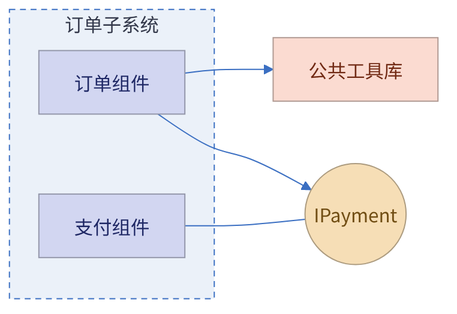
Earlier version of the Mermaid export docs/assets/component.png (huang-hee/diagram-kit). Its source is kept beside it as docs/assets/component.mmd. Its diagram source:
```mermaid
---
config:
  theme: base
  fontFamily: "PingFang SC, Microsoft YaHei, Noto Sans CJK SC, Source Han Sans SC, sans-serif"
  themeVariables:
    background: "#FFFFFF"
    primaryColor: "#FFFFFF"
    primaryBorderColor: "#3B6FC2"
    primaryTextColor: "#33384A"
    nodeTextColor: "#33384A"
    secondaryColor: "#FBDBD1"
    tertiaryColor: "#EBF1F9"
    lineColor: "#3B6FC2"
    textColor: "#33384A"
    clusterBkg: "#EBF1F9"
    clusterBorder: "#3B6FC2"
    edgeLabelBackground: "#FFFFFF"
    titleColor: "#33384A"
    noteBkgColor: "#FFF6CE"
    noteBorderColor: "#A6A086"
    noteTextColor: "#33384A"
---
flowchart LR
  subgraph SUB[订单子系统]
    C1[订单组件]:::comp
    C2[支付组件]:::comp
  end
  L[公共工具库]:::lib
  I((IPayment)):::iface
  C1 --> I
  C2 --- I
  C1 --> L
  class SUB group
classDef comp fill:#D2D6F1,stroke:#9396A9,color:#1F2865
classDef lib fill:#FBDBD1,stroke:#B09992,color:#712A14
classDef iface fill:#F6DEB6,stroke:#AC9B7F,color:#714E14
classDef group fill:#EBF1F9,stroke:#3B6FC2,color:#33384A,stroke-dasharray:5 4
```
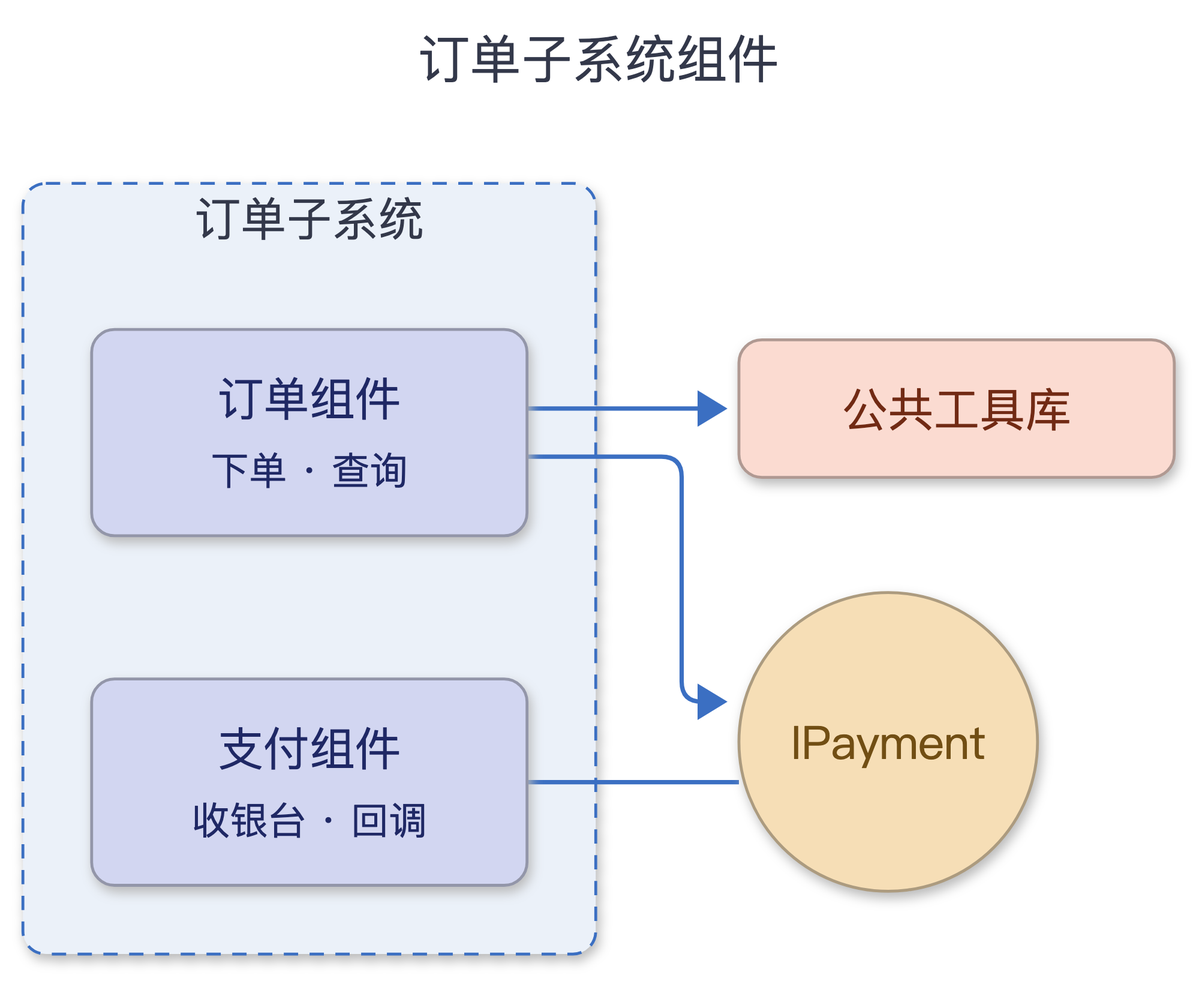
Above is the later version.

Change to the diagram source:
```diff
@@ -1,7 +1,14 @@
 ---
+title: "订单子系统组件"
 config:
   theme: base
   fontFamily: "PingFang SC, Microsoft YaHei, Noto Sans CJK SC, Source Han Sans SC, sans-serif"
+  flowchart:
+    curve: "step"
+    nodeSpacing: 50
+    rankSpacing: 60
+    padding: 12
+    wrappingWidth: 300
   themeVariables:
     background: "#FFFFFF"
     primaryColor: "#FFFFFF"
@@ -22,8 +29,8 @@
 ---
 flowchart LR
   subgraph SUB[订单子系统]
-    C1[订单组件]:::comp
-    C2[支付组件]:::comp
+    C1["订单组件<br><small>下单 · 查询</small>"]:::comp
+    C2["支付组件<br><small>收银台 · 回调</small>"]:::comp
   end
   L[公共工具库]:::lib
   I((IPayment)):::iface
@@ -31,7 +38,8 @@
   C2 --- I
   C1 --> L
   class SUB group
-classDef comp fill:#D2D6F1,stroke:#9396A9,color:#1F2865
-classDef lib fill:#FBDBD1,stroke:#B09992,color:#712A14
-classDef iface fill:#F6DEB6,stroke:#AC9B7F,color:#714E14
-classDef group fill:#EBF1F9,stroke:#3B6FC2,color:#33384A,stroke-dasharray:5 4
+classDef comp fill:#D2D6F1,stroke:#9396A9,color:#1F2865,rx:8,ry:8
+classDef lib fill:#FBDBD1,stroke:#B09992,color:#712A14,rx:8,ry:8
+classDef iface fill:#F6DEB6,stroke:#AC9B7F,color:#714E14,rx:8,ry:8
+classDef group fill:#EBF1F9,stroke:#3B6FC2,color:#33384A,stroke-dasharray:5 4,rx:8,ry:8
+linkStyle default stroke-width:1.5px
```
